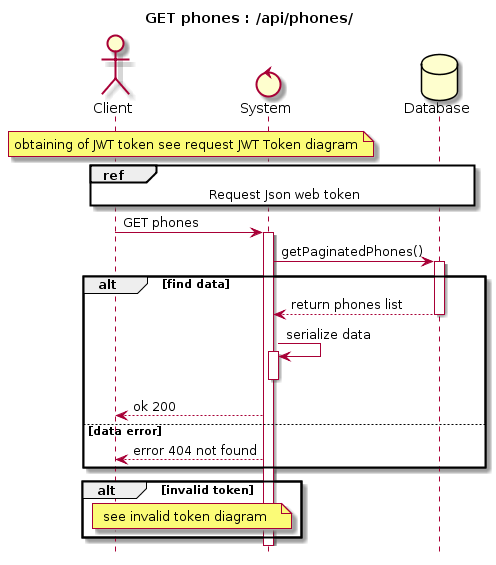
Earlier version of the PlantUML export docs/Uml/Diagram_sequences/Diagram_sequence_GET_phones.png (siggwer/Bilemo).
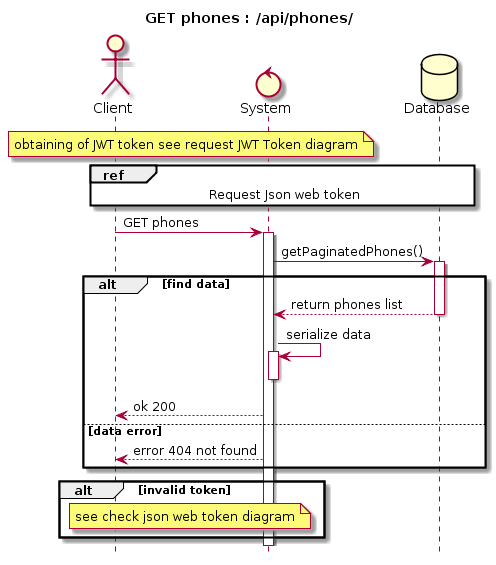
The same file after the commit.

What changed in the source:
```diff
@@ -13,13 +13,11 @@
     Request Json web token
 end ref
 
-
 Client -> System : GET phones
 activate System
 System -> Database: getPaginatedPhones()
 activate Database
 alt find data
-
 Database --> System : return phones list
 deactivate Database
 System -> System: serialize data
@@ -27,12 +25,11 @@
 deactivate System
 System --> Client: ok 200
     else data error
-
     System --> Client : error 404 not found
 end
 alt invalid token
 note over Client, System
-    see invalid token diagram
+    see check json web token diagram
 end note
 end
 @enduml
```
